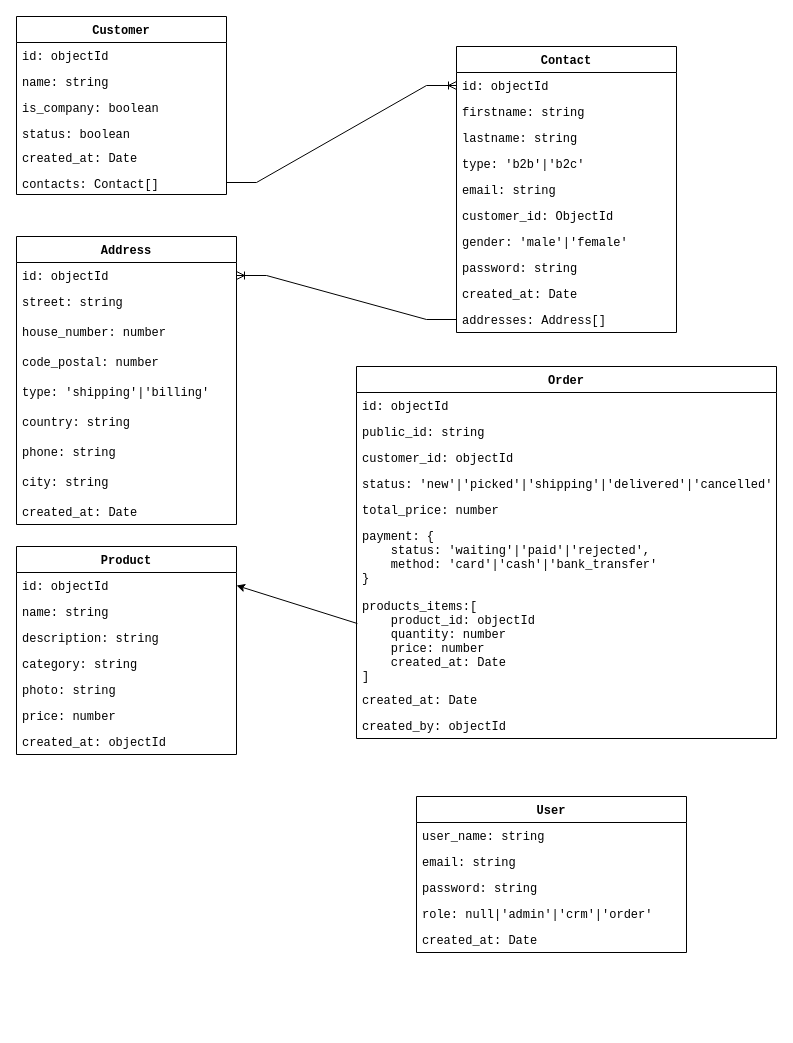
Above: mini-crm.drawio in ylahssini/dx-blog (draw.io), before the change. Source tidied: cells renumbered, new cells numbered last; positions are measured from the earlier drawing's top-left corner, leaving out a move shared by most shapes. Both pictures are drawn from the tidied source at 100%, with x=0, y=0 at pixel (16, 16).
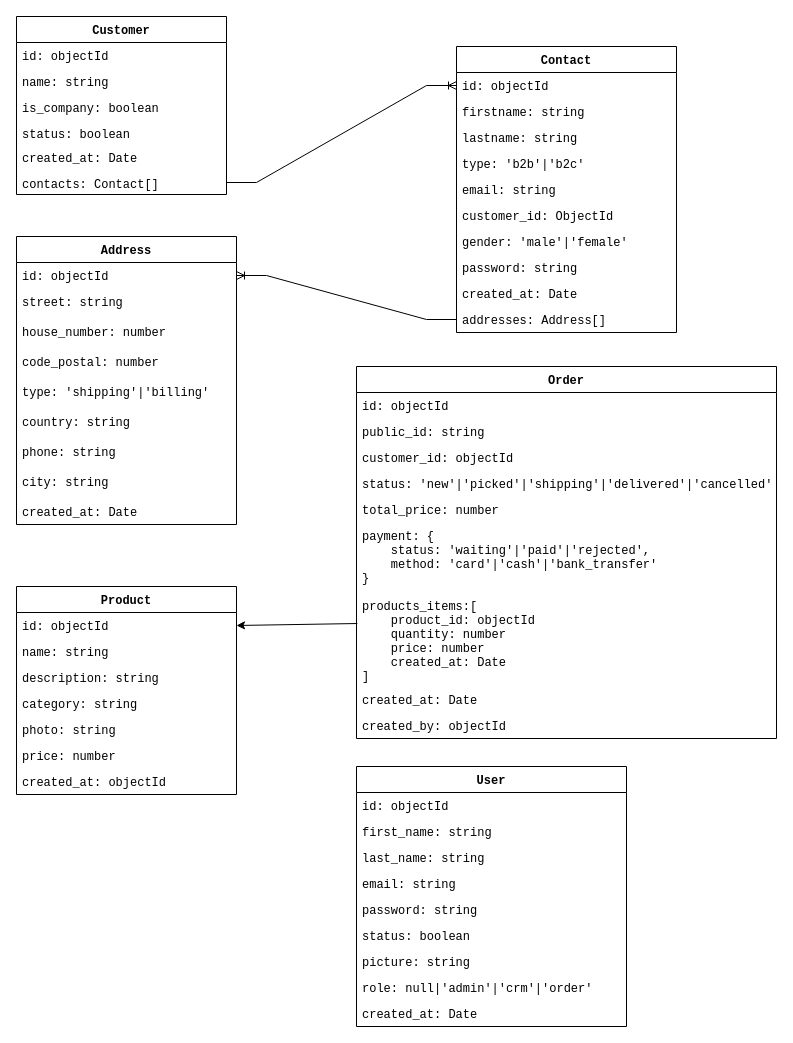
The same page after the edit.

What changed in the source:
```diff
@@
     <mxCell id="32" value="Product" style="swimlane;fontStyle=1;horizontal=1;startSize=26;fillColor=none;fontFamily=Courier New;" parent="1" vertex="1">
-      <mxGeometry y="530" width="220" height="208" as="geometry" />
+      <mxGeometry y="570" width="220" height="208" as="geometry" />
     </mxCell>
@@
     <mxCell id="50" value="User" style="swimlane;fontStyle=1;horizontal=1;startSize=26;fillColor=none;fontFamily=Courier New;" parent="1" vertex="1">
-      <mxGeometry x="400" y="780" width="270" height="156" as="geometry" />
+      <mxGeometry x="340" y="750" width="270" height="260" as="geometry" />
     </mxCell>
+    <mxCell id="57" value="id: objectId" style="text;strokeColor=none;fillColor=none;align=left;verticalAlign=top;spacingLeft=4;spacingRight=4;overflow=hidden;fontFamily=Courier New;" parent="50" vertex="1">
+      <mxGeometry y="26" width="270" height="26" as="geometry" />
+    </mxCell>
-    <mxCell id="51" value="user_name: string" style="text;strokeColor=none;fillColor=none;align=left;verticalAlign=top;spacingLeft=4;spacingRight=4;overflow=hidden;fontFamily=Courier New;" parent="50" vertex="1">
-      <mxGeometry y="26" width="270" height="26" as="geometry" />
+    <mxCell id="51" value="first_name: string" style="text;strokeColor=none;fillColor=none;align=left;verticalAlign=top;spacingLeft=4;spacingRight=4;overflow=hidden;fontFamily=Courier New;" parent="50" vertex="1">
+      <mxGeometry y="52" width="270" height="26" as="geometry" />
     </mxCell>
+    <mxCell id="58" value="last_name: string" style="text;strokeColor=none;fillColor=none;align=left;verticalAlign=top;spacingLeft=4;spacingRight=4;overflow=hidden;fontFamily=Courier New;" parent="50" vertex="1">
+      <mxGeometry y="78" width="270" height="26" as="geometry" />
+    </mxCell>
     <mxCell id="52" value="email: string" style="text;strokeColor=none;fillColor=none;align=left;verticalAlign=top;spacingLeft=4;spacingRight=4;overflow=hidden;fontFamily=Courier New;" parent="50" vertex="1">
-      <mxGeometry y="52" width="270" height="26" as="geometry" />
+      <mxGeometry y="104" width="270" height="26" as="geometry" />
     </mxCell>
     <mxCell id="53" value="password: string" style="text;strokeColor=none;fillColor=none;align=left;verticalAlign=top;spacingLeft=4;spacingRight=4;overflow=hidden;fontFamily=Courier New;" parent="50" vertex="1">
-      <mxGeometry y="78" width="270" height="26" as="geometry" />
+      <mxGeometry y="130" width="270" height="26" as="geometry" />
     </mxCell>
+    <mxCell id="59" value="status: boolean" style="text;strokeColor=none;fillColor=none;align=left;verticalAlign=top;spacingLeft=4;spacingRight=4;overflow=hidden;fontFamily=Courier New;" parent="50" vertex="1">
+      <mxGeometry y="156" width="270" height="26" as="geometry" />
+    </mxCell>
+    <mxCell id="60" value="picture: string" style="text;strokeColor=none;fillColor=none;align=left;verticalAlign=top;spacingLeft=4;spacingRight=4;overflow=hidden;fontFamily=Courier New;" parent="50" vertex="1">
+      <mxGeometry y="182" width="270" height="26" as="geometry" />
+    </mxCell>
     <mxCell id="54" value="role: null|'admin'|'crm'|'order'" style="text;strokeColor=none;fillColor=none;align=left;verticalAlign=top;spacingLeft=4;spacingRight=4;overflow=hidden;fontFamily=Courier New;" parent="50" vertex="1">
-      <mxGeometry y="104" width="270" height="26" as="geometry" />
+      <mxGeometry y="208" width="270" height="26" as="geometry" />
     </mxCell>
     <mxCell id="55" value="created_at: Date" style="text;strokeColor=none;fillColor=none;align=left;verticalAlign=top;spacingLeft=4;spacingRight=4;overflow=hidden;fontFamily=Courier New;" parent="50" vertex="1">
-      <mxGeometry y="130" width="270" height="26" as="geometry" />
+      <mxGeometry y="234" width="270" height="26" as="geometry" />
     </mxCell>
```
